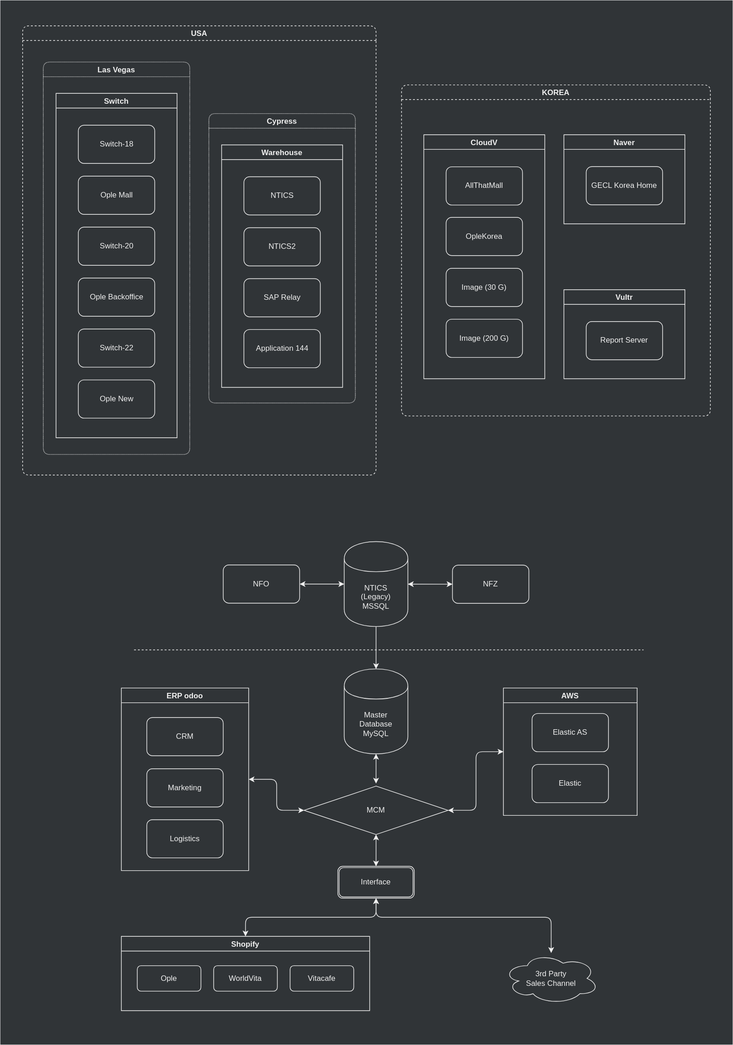
The draw.io diagram assets/.draw.io/network-structure-diagram.svg in jiholee-ntwglobal/jiholee-ntwglobal.github.io, before a commit. Source tidied: cells renumbered, new cells last; positions are measured from the earlier drawing's top-left corner, leaving out a move shared by most shapes.
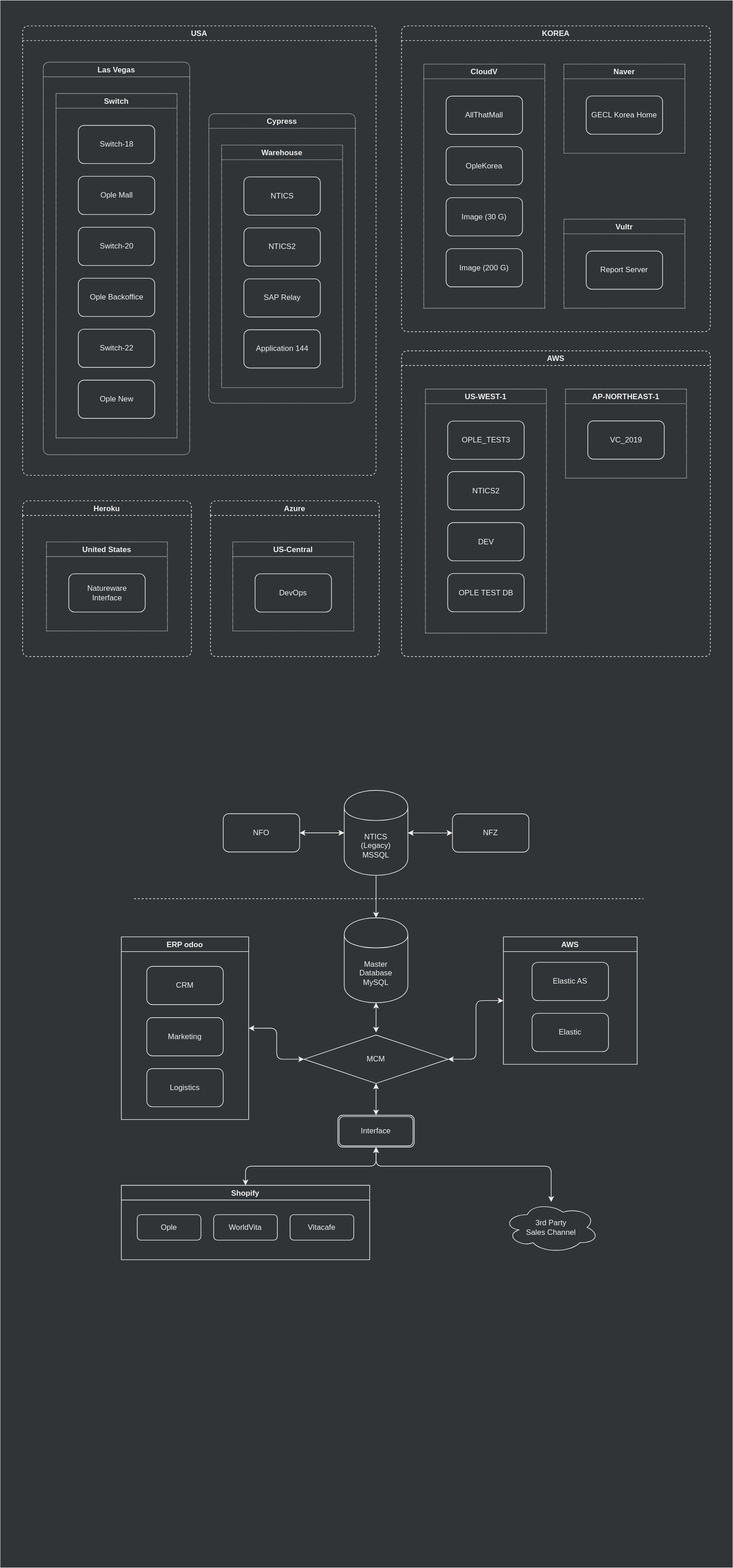
Above is the later version.

Change to the diagram source:
```diff
@@ -3,7 +3,7 @@
     <mxCell id="0" />
     <mxCell id="1" parent="0" />
     <mxCell id="2" style="rounded=0;whiteSpace=wrap;html=1;fillColor=#303437;strokeColor=none;" parent="1" vertex="1">
-      <mxGeometry width="1150" height="1640" as="geometry" />
+      <mxGeometry y="-390" width="1150" height="2460" as="geometry" />
     </mxCell>
     <mxCell id="3" value="Shopify" style="swimlane;rounded=0;fillColor=none;strokeColor=#F0F0F0;fontColor=#F0F0F0;" parent="1" vertex="1">
       <mxGeometry x="190" y="1470" width="390" height="116.7" as="geometry" />
@@ -103,12 +103,12 @@
       <mxGeometry relative="1" as="geometry" />
     </mxCell>
     <mxCell id="31" value="USA" style="swimlane;rounded=1;fillColor=none;strokeColor=#F0F0F0;fontColor=#F0F0F0;dashed=1;" parent="1" vertex="1">
-      <mxGeometry x="35" y="40" width="555" height="705.5" as="geometry" />
+      <mxGeometry x="35" y="-350" width="555" height="705.5" as="geometry" />
     </mxCell>
     <mxCell id="32" value="Las Vegas" style="swimlane;rounded=1;fillColor=none;strokeColor=#F0F0F0;fontColor=#F0F0F0;dashed=1;dashPattern=1 1;" parent="31" vertex="1">
       <mxGeometry x="32.5" y="56.9" width="230" height="616.2" as="geometry" />
     </mxCell>
-    <mxCell id="33" value="Switch" style="swimlane;rounded=0;fillColor=none;strokeColor=#F0F0F0;fontColor=#F0F0F0;" parent="32" vertex="1">
+    <mxCell id="33" value="Switch" style="swimlane;rounded=0;fillColor=none;strokeColor=#F0F0F0;fontColor=#F0F0F0;dashed=1;dashPattern=1 1;" parent="32" vertex="1">
       <mxGeometry x="20" y="49.2" width="190" height="540.8" as="geometry" />
     </mxCell>
     <mxCell id="34" value="Switch-18" style="rounded=1;whiteSpace=wrap;html=1;strokeColor=#F0F0F0;fillColor=none;fontColor=#F0F0F0;" parent="33" vertex="1">
@@ -132,7 +132,7 @@
     <mxCell id="40" value="Cypress" style="swimlane;rounded=1;fillColor=none;strokeColor=#F0F0F0;fontColor=#F0F0F0;dashed=1;dashPattern=1 1;" parent="31" vertex="1">
       <mxGeometry x="292.5" y="137.8" width="230" height="454.5" as="geometry" />
     </mxCell>
-    <mxCell id="41" value="Warehouse" style="swimlane;rounded=0;fillColor=none;strokeColor=#F0F0F0;fontColor=#F0F0F0;" parent="40" vertex="1">
+    <mxCell id="41" value="Warehouse" style="swimlane;rounded=0;fillColor=none;strokeColor=#F0F0F0;fontColor=#F0F0F0;dashed=1;dashPattern=1 1;" parent="40" vertex="1">
       <mxGeometry x="20" y="49.2" width="190" height="380.8" as="geometry" />
     </mxCell>
     <mxCell id="42" value="NTICS" style="rounded=1;whiteSpace=wrap;html=1;strokeColor=#F0F0F0;fillColor=none;fontColor=#F0F0F0;" parent="41" vertex="1">
@@ -148,10 +148,10 @@
       <mxGeometry x="35" y="290" width="120" height="60" as="geometry" />
     </mxCell>
     <mxCell id="46" value="KOREA" style="swimlane;rounded=1;fillColor=none;strokeColor=#F0F0F0;fontColor=#F0F0F0;dashed=1;" parent="1" vertex="1">
-      <mxGeometry x="630" y="132.8" width="485" height="520" as="geometry" />
+      <mxGeometry x="630" y="-350" width="485" height="480" as="geometry" />
     </mxCell>
-    <mxCell id="47" value="CloudV" style="swimlane;rounded=0;fillColor=none;strokeColor=#F0F0F0;fontColor=#F0F0F0;" parent="46" vertex="1">
-      <mxGeometry x="35" y="78.3" width="190" height="383.2" as="geometry" />
+    <mxCell id="47" value="CloudV" style="swimlane;rounded=0;fillColor=none;strokeColor=#F0F0F0;fontColor=#F0F0F0;dashed=1;dashPattern=1 1;" parent="46" vertex="1">
+      <mxGeometry x="35" y="60" width="190" height="383.2" as="geometry" />
     </mxCell>
     <mxCell id="48" value="AllThatMall" style="rounded=1;whiteSpace=wrap;html=1;strokeColor=#F0F0F0;fillColor=none;fontColor=#F0F0F0;" parent="47" vertex="1">
       <mxGeometry x="35" y="50.3" width="120" height="60" as="geometry" />
@@ -165,17 +165,59 @@
     <mxCell id="51" value="Image (200 G)" style="rounded=1;whiteSpace=wrap;html=1;strokeColor=#F0F0F0;fillColor=none;fontColor=#F0F0F0;" parent="47" vertex="1">
       <mxGeometry x="35" y="289.7" width="120" height="60" as="geometry" />
     </mxCell>
-    <mxCell id="52" value="Naver" style="swimlane;rounded=0;fillColor=none;strokeColor=#F0F0F0;fontColor=#F0F0F0;" parent="46" vertex="1">
-      <mxGeometry x="255" y="78.3" width="190" height="139.9" as="geometry" />
+    <mxCell id="52" value="Naver" style="swimlane;rounded=0;fillColor=none;strokeColor=#F0F0F0;fontColor=#F0F0F0;dashed=1;dashPattern=1 1;" parent="46" vertex="1">
+      <mxGeometry x="255" y="60" width="190" height="139.9" as="geometry" />
     </mxCell>
     <mxCell id="53" value="GECL Korea Home" style="rounded=1;whiteSpace=wrap;html=1;strokeColor=#F0F0F0;fillColor=none;fontColor=#F0F0F0;" parent="52" vertex="1">
       <mxGeometry x="35" y="50" width="120" height="60" as="geometry" />
     </mxCell>
-    <mxCell id="54" value="Vultr" style="swimlane;rounded=0;fillColor=none;strokeColor=#F0F0F0;fontColor=#F0F0F0;" parent="46" vertex="1">
-      <mxGeometry x="255" y="321.7" width="190" height="139.9" as="geometry" />
+    <mxCell id="54" value="Vultr" style="swimlane;rounded=0;fillColor=none;strokeColor=#F0F0F0;fontColor=#F0F0F0;dashed=1;dashPattern=1 1;" parent="46" vertex="1">
+      <mxGeometry x="255" y="303.3" width="190" height="139.9" as="geometry" />
     </mxCell>
     <mxCell id="55" value="Report Server" style="rounded=1;whiteSpace=wrap;html=1;strokeColor=#F0F0F0;fillColor=none;fontColor=#F0F0F0;" parent="54" vertex="1">
       <mxGeometry x="35" y="50" width="120" height="60" as="geometry" />
     </mxCell>
+    <mxCell id="56" value="AWS" style="swimlane;rounded=1;fillColor=none;strokeColor=#F0F0F0;fontColor=#F0F0F0;dashed=1;" parent="1" vertex="1">
+      <mxGeometry x="630" y="160" width="485" height="480" as="geometry" />
+    </mxCell>
+    <mxCell id="57" value="US-WEST-1" style="swimlane;rounded=0;fillColor=none;strokeColor=#F0F0F0;fontColor=#F0F0F0;dashed=1;dashPattern=1 1;" parent="56" vertex="1">
+      <mxGeometry x="37.5" y="60" width="190" height="383.2" as="geometry" />
+    </mxCell>
+    <mxCell id="58" value="OPLE_TEST3" style="rounded=1;whiteSpace=wrap;html=1;strokeColor=#F0F0F0;fillColor=none;fontColor=#F0F0F0;" parent="57" vertex="1">
+      <mxGeometry x="35" y="50.3" width="120" height="60" as="geometry" />
+    </mxCell>
+    <mxCell id="59" value="NTICS2" style="rounded=1;whiteSpace=wrap;html=1;strokeColor=#F0F0F0;fillColor=none;fontColor=#F0F0F0;" parent="57" vertex="1">
+      <mxGeometry x="35" y="129.7" width="120" height="60" as="geometry" />
+    </mxCell>
+    <mxCell id="60" value="DEV" style="rounded=1;whiteSpace=wrap;html=1;strokeColor=#F0F0F0;fillColor=none;fontColor=#F0F0F0;" parent="57" vertex="1">
+      <mxGeometry x="35" y="209.7" width="120" height="60" as="geometry" />
+    </mxCell>
+    <mxCell id="61" value="OPLE TEST DB" style="rounded=1;whiteSpace=wrap;html=1;strokeColor=#F0F0F0;fillColor=none;fontColor=#F0F0F0;" parent="57" vertex="1">
+      <mxGeometry x="35" y="289.7" width="120" height="60" as="geometry" />
+    </mxCell>
+    <mxCell id="62" value="AP-NORTHEAST-1" style="swimlane;rounded=0;fillColor=none;strokeColor=#F0F0F0;fontColor=#F0F0F0;dashed=1;dashPattern=1 1;" parent="56" vertex="1">
+      <mxGeometry x="257.5" y="60" width="190" height="139.9" as="geometry" />
+    </mxCell>
+    <mxCell id="63" value="VC_2019" style="rounded=1;whiteSpace=wrap;html=1;strokeColor=#F0F0F0;fillColor=none;fontColor=#F0F0F0;" parent="62" vertex="1">
+      <mxGeometry x="35" y="50" width="120" height="60" as="geometry" />
+    </mxCell>
+    <mxCell id="64" value="Heroku" style="swimlane;rounded=1;fillColor=none;strokeColor=#F0F0F0;fontColor=#F0F0F0;dashed=1;" parent="1" vertex="1">
+      <mxGeometry x="35" y="395.5" width="265" height="244.5" as="geometry" />
+    </mxCell>
+    <mxCell id="65" value="United States" style="swimlane;rounded=0;fillColor=none;strokeColor=#F0F0F0;fontColor=#F0F0F0;dashed=1;dashPattern=1 1;" parent="64" vertex="1">
+      <mxGeometry x="37.5" y="64.5" width="190" height="139.9" as="geometry" />
+    </mxCell>
+    <mxCell id="66" value="Natureware&lt;br&gt;Interface" style="rounded=1;whiteSpace=wrap;html=1;strokeColor=#F0F0F0;fillColor=none;fontColor=#F0F0F0;" parent="65" vertex="1">
+      <mxGeometry x="35" y="50" width="120" height="60" as="geometry" />
+    </mxCell>
+    <mxCell id="67" value="Azure" style="swimlane;rounded=1;fillColor=none;strokeColor=#F0F0F0;fontColor=#F0F0F0;dashed=1;" parent="1" vertex="1">
+      <mxGeometry x="330" y="395.5" width="265" height="244.5" as="geometry" />
+    </mxCell>
+    <mxCell id="68" value="US-Central" style="swimlane;rounded=0;fillColor=none;strokeColor=#F0F0F0;fontColor=#F0F0F0;dashed=1;dashPattern=1 1;" parent="67" vertex="1">
+      <mxGeometry x="35" y="64.5" width="190" height="139.9" as="geometry" />
+    </mxCell>
+    <mxCell id="69" value="DevOps" style="rounded=1;whiteSpace=wrap;html=1;strokeColor=#F0F0F0;fillColor=none;fontColor=#F0F0F0;" parent="68" vertex="1">
+      <mxGeometry x="35" y="50" width="120" height="60" as="geometry" />
+    </mxCell>
   </root>
 </mxGraphModel>
```
